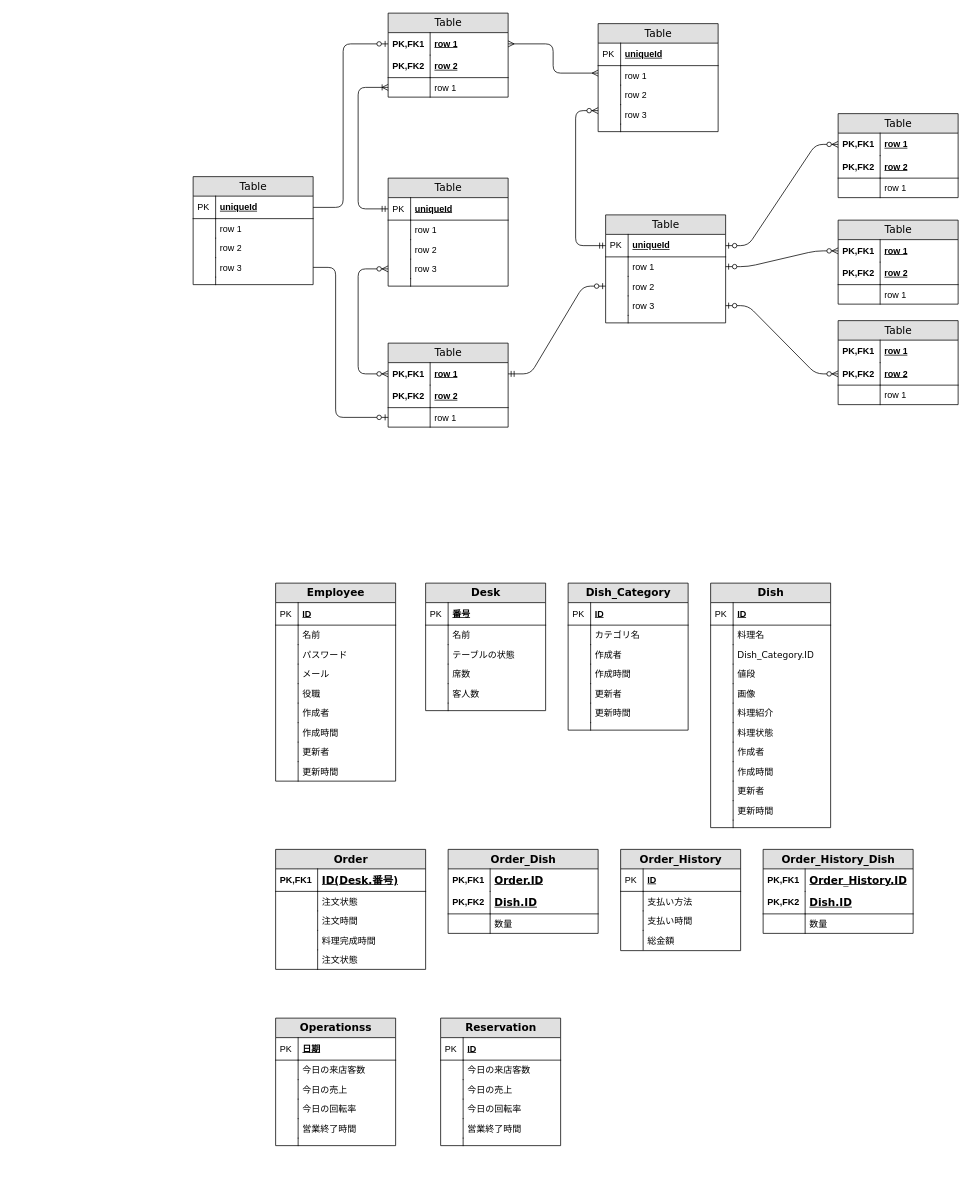
This is 就職作品/データベース設計.drawio from aggujhh/my_draws, a draw.io file, before an edit. Source tidied: cells renumbered, new cells numbered last; positions are measured from the earlier drawing's top-left corner, leaving out a move shared by most shapes. Both pictures are drawn from the tidied source at 75%, with x=0, y=0 at pixel (193, 13).
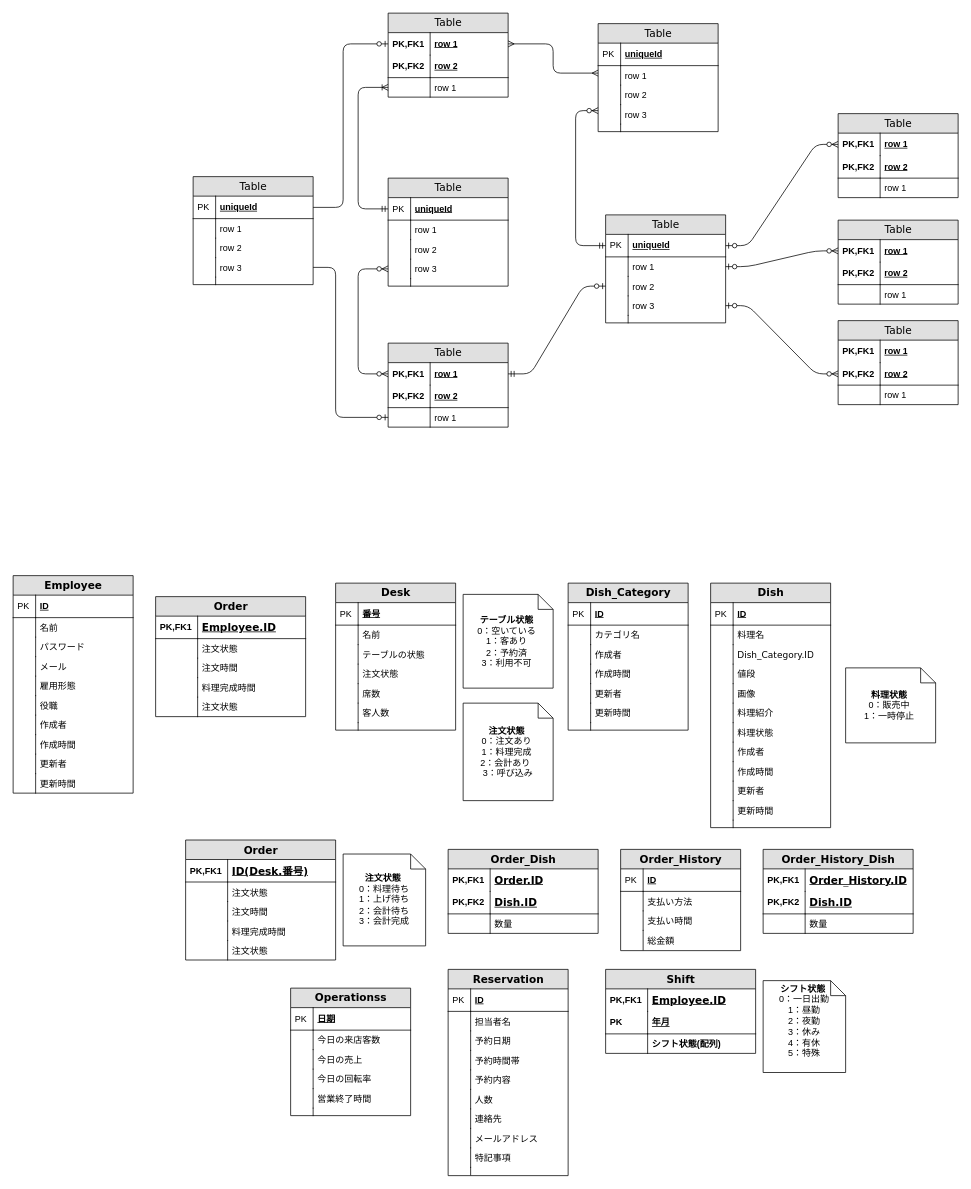
The same page after the edit.

Commit message (it also covers changes not shown here):
更新データベース設計.drawio

Change to the diagram source:
```diff
@@
     <mxCell id="91" value="&lt;strong&gt;Employee&lt;/strong&gt;" style="swimlane;html=1;fontStyle=0;horizontal=1;startSize=26;fillColor=#e0e0e0;swimlaneFillColor=#ffffff;align=center;rounded=0;shadow=0;comic=0;labelBackgroundColor=none;strokeWidth=1;fontFamily=Verdana;fontSize=14;" parent="1" vertex="1">
-      <mxGeometry x="110" y="760" width="160" height="264" as="geometry" />
+      <mxGeometry x="-240" y="750" width="160" height="290" as="geometry" />
     </mxCell>
@@
+    <mxCell id="223" value="&lt;span&gt;&lt;/span&gt;&lt;span&gt;&lt;/span&gt;&lt;span style=&quot;white-space-collapse: preserve;&quot;&gt;雇用形態&lt;/span&gt;" style="shape=partialRectangle;top=0;left=0;right=0;bottom=0;html=1;align=left;verticalAlign=top;fillColor=none;spacingLeft=34;spacingRight=4;whiteSpace=wrap;overflow=hidden;" parent="91" vertex="1">
+      <mxGeometry y="134" width="160" height="26" as="geometry" />
+    </mxCell>
+    <mxCell id="224" style="shape=partialRectangle;top=0;left=0;bottom=0;html=1;fillColor=none;align=left;verticalAlign=top;spacingLeft=4;spacingRight=4;whiteSpace=wrap;overflow=hidden;" parent="223" vertex="1">
+      <mxGeometry width="30" height="26" as="geometry" />
+    </mxCell>
     <mxCell id="100" value="役職" style="shape=partialRectangle;top=0;left=0;right=0;bottom=0;html=1;align=left;verticalAlign=top;fillColor=none;spacingLeft=34;spacingRight=4;whiteSpace=wrap;overflow=hidden;" parent="91" vertex="1">
-      <mxGeometry y="134" width="160" height="26" as="geometry" />
+      <mxGeometry y="160" width="160" height="26" as="geometry" />
     </mxCell>
@@
     <mxCell id="102" value="作成者" style="shape=partialRectangle;top=0;left=0;right=0;bottom=0;html=1;align=left;verticalAlign=top;fillColor=none;spacingLeft=34;spacingRight=4;whiteSpace=wrap;overflow=hidden;" parent="91" vertex="1">
-      <mxGeometry y="160" width="160" height="26" as="geometry" />
+      <mxGeometry y="186" width="160" height="26" as="geometry" />
     </mxCell>
@@
     <mxCell id="104" value="作成時間" style="shape=partialRectangle;top=0;left=0;right=0;bottom=0;html=1;align=left;verticalAlign=top;fillColor=none;spacingLeft=34;spacingRight=4;whiteSpace=wrap;overflow=hidden;" parent="91" vertex="1">
-      <mxGeometry y="186" width="160" height="26" as="geometry" />
+      <mxGeometry y="212" width="160" height="26" as="geometry" />
     </mxCell>
@@
     <mxCell id="106" value="更新者" style="shape=partialRectangle;top=0;left=0;right=0;bottom=0;html=1;align=left;verticalAlign=top;fillColor=none;spacingLeft=34;spacingRight=4;whiteSpace=wrap;overflow=hidden;" parent="91" vertex="1">
-      <mxGeometry y="212" width="160" height="26" as="geometry" />
+      <mxGeometry y="238" width="160" height="26" as="geometry" />
     </mxCell>
@@
     <mxCell id="108" value="更新時間" style="shape=partialRectangle;top=0;left=0;right=0;bottom=0;html=1;align=left;verticalAlign=top;fillColor=none;spacingLeft=34;spacingRight=4;whiteSpace=wrap;overflow=hidden;" parent="91" vertex="1">
-      <mxGeometry y="238" width="160" height="26" as="geometry" />
+      <mxGeometry y="264" width="160" height="26" as="geometry" />
     </mxCell>
@@
     <mxCell id="110" value="&lt;b&gt;Desk&lt;/b&gt;" style="swimlane;html=1;fontStyle=0;horizontal=1;startSize=26;fillColor=#e0e0e0;swimlaneFillColor=#ffffff;align=center;rounded=0;shadow=0;comic=0;labelBackgroundColor=none;strokeWidth=1;fontFamily=Verdana;fontSize=14;" parent="1" vertex="1">
-      <mxGeometry x="310" y="760" width="160" height="170" as="geometry" />
+      <mxGeometry x="190" y="760" width="160" height="196" as="geometry" />
     </mxCell>
@@
+    <mxCell id="225" value="注文状態" style="shape=partialRectangle;top=0;left=0;right=0;bottom=0;html=1;align=left;verticalAlign=top;fillColor=none;spacingLeft=34;spacingRight=4;whiteSpace=wrap;overflow=hidden;" parent="110" vertex="1">
+      <mxGeometry y="108" width="160" height="26" as="geometry" />
+    </mxCell>
+    <mxCell id="226" style="shape=partialRectangle;top=0;left=0;bottom=0;html=1;fillColor=none;align=left;verticalAlign=top;spacingLeft=4;spacingRight=4;whiteSpace=wrap;overflow=hidden;" parent="225" vertex="1">
+      <mxGeometry width="30" height="26" as="geometry" />
+    </mxCell>
     <mxCell id="117" value="席数" style="shape=partialRectangle;top=0;left=0;right=0;bottom=0;html=1;align=left;verticalAlign=top;fillColor=none;spacingLeft=34;spacingRight=4;whiteSpace=wrap;overflow=hidden;" parent="110" vertex="1">
-      <mxGeometry y="108" width="160" height="26" as="geometry" />
+      <mxGeometry y="134" width="160" height="26" as="geometry" />
     </mxCell>
@@
     <mxCell id="119" value="客人数" style="shape=partialRectangle;top=0;left=0;right=0;bottom=0;html=1;align=left;verticalAlign=top;fillColor=none;spacingLeft=34;spacingRight=4;whiteSpace=wrap;overflow=hidden;" parent="110" vertex="1">
-      <mxGeometry y="134" width="160" height="26" as="geometry" />
+      <mxGeometry y="160" width="160" height="26" as="geometry" />
     </mxCell>
@@
     <mxCell id="121" style="shape=partialRectangle;top=0;left=0;right=0;bottom=0;html=1;align=left;verticalAlign=top;fillColor=none;spacingLeft=34;spacingRight=4;whiteSpace=wrap;overflow=hidden;" parent="110" vertex="1">
-      <mxGeometry y="160" width="160" height="10" as="geometry" />
+      <mxGeometry y="186" width="160" height="10" as="geometry" />
     </mxCell>
@@
     <mxCell id="170" value="&lt;b&gt;Order&lt;/b&gt;" style="swimlane;html=1;fontStyle=0;horizontal=1;startSize=26;fillColor=#e0e0e0;swimlaneFillColor=#ffffff;align=center;rounded=0;shadow=0;comic=0;labelBackgroundColor=none;strokeWidth=1;fontFamily=Verdana;fontSize=14;" parent="1" vertex="1">
-      <mxGeometry x="110" y="1115" width="200" height="160" as="geometry" />
+      <mxGeometry x="-10" y="1102.5" width="200" height="160" as="geometry" />
     </mxCell>
@@
     <mxCell id="197" value="&lt;b&gt;Operationss&lt;/b&gt;" style="swimlane;html=1;fontStyle=0;horizontal=1;startSize=26;fillColor=#e0e0e0;swimlaneFillColor=#ffffff;align=center;rounded=0;shadow=0;comic=0;labelBackgroundColor=none;strokeWidth=1;fontFamily=Verdana;fontSize=14;" parent="1" vertex="1">
-      <mxGeometry x="110" y="1340" width="160" height="170" as="geometry" />
+      <mxGeometry x="130" y="1300" width="160" height="170" as="geometry" />
     </mxCell>
@@
     <mxCell id="210" value="&lt;b&gt;Reservation&lt;/b&gt;" style="swimlane;html=1;fontStyle=0;horizontal=1;startSize=26;fillColor=#e0e0e0;swimlaneFillColor=#ffffff;align=center;rounded=0;shadow=0;comic=0;labelBackgroundColor=none;strokeWidth=1;fontFamily=Verdana;fontSize=14;" parent="1" vertex="1">
-      <mxGeometry x="330" y="1340" width="160" height="170" as="geometry" />
+      <mxGeometry x="340" y="1275" width="160" height="275" as="geometry" />
     </mxCell>
@@
-    <mxCell id="213" value="&lt;span&gt;&lt;/span&gt;&lt;span&gt;&lt;/span&gt;&lt;span style=&quot;white-space-collapse: preserve;&quot;&gt;今日の来店客数&lt;/span&gt;" style="shape=partialRectangle;top=0;left=0;right=0;bottom=0;html=1;align=left;verticalAlign=top;fillColor=none;spacingLeft=34;spacingRight=4;whiteSpace=wrap;overflow=hidden;" parent="210" vertex="1">
+    <mxCell id="213" value="&lt;span&gt;&lt;/span&gt;&lt;span&gt;&lt;/span&gt;&lt;span&gt;&lt;/span&gt;&lt;span style=&quot;white-space-collapse: preserve;&quot;&gt;担当者名&lt;/span&gt;" style="shape=partialRectangle;top=0;left=0;right=0;bottom=0;html=1;align=left;verticalAlign=top;fillColor=none;spacingLeft=34;spacingRight=4;whiteSpace=wrap;overflow=hidden;" parent="210" vertex="1">
       <mxGeometry y="56" width="160" height="26" as="geometry" />
     </mxCell>
@@
+    <mxCell id="227" value="&lt;span&gt;&lt;/span&gt;&lt;span&gt;&lt;/span&gt;&lt;span&gt;&lt;/span&gt;&lt;span style=&quot;white-space-collapse: preserve;&quot;&gt;予約日期&lt;/span&gt;" style="shape=partialRectangle;top=0;left=0;right=0;bottom=0;html=1;align=left;verticalAlign=top;fillColor=none;spacingLeft=34;spacingRight=4;whiteSpace=wrap;overflow=hidden;" parent="210" vertex="1">
+      <mxGeometry y="82" width="160" height="26" as="geometry" />
+    </mxCell>
+    <mxCell id="228" style="shape=partialRectangle;top=0;left=0;bottom=0;html=1;fillColor=none;align=left;verticalAlign=top;spacingLeft=4;spacingRight=4;whiteSpace=wrap;overflow=hidden;" parent="227" vertex="1">
+      <mxGeometry width="30" height="26" as="geometry" />
+    </mxCell>
-    <mxCell id="215" value="&lt;span&gt;&lt;/span&gt;&lt;span&gt;&lt;/span&gt;&lt;span style=&quot;white-space-collapse: preserve;&quot;&gt;今日の売上&lt;/span&gt;" style="shape=partialRectangle;top=0;left=0;right=0;bottom=0;html=1;align=left;verticalAlign=top;fillColor=none;spacingLeft=34;spacingRight=4;whiteSpace=wrap;overflow=hidden;" parent="210" vertex="1">
-      <mxGeometry y="82" width="160" height="26" as="geometry" />
+    <mxCell id="215" value="&lt;span&gt;&lt;/span&gt;&lt;span&gt;&lt;/span&gt;&lt;span&gt;&lt;/span&gt;&lt;span style=&quot;white-space-collapse: preserve;&quot;&gt;予約時間帯&lt;/span&gt;" style="shape=partialRectangle;top=0;left=0;right=0;bottom=0;html=1;align=left;verticalAlign=top;fillColor=none;spacingLeft=34;spacingRight=4;whiteSpace=wrap;overflow=hidden;" parent="210" vertex="1">
+      <mxGeometry y="108" width="160" height="26" as="geometry" />
     </mxCell>
@@
-    <mxCell id="217" value="&lt;span&gt;&lt;/span&gt;&lt;span&gt;&lt;/span&gt;&lt;span style=&quot;white-space-collapse: preserve;&quot;&gt;今日の回転率&lt;/span&gt;" style="shape=partialRectangle;top=0;left=0;right=0;bottom=0;html=1;align=left;verticalAlign=top;fillColor=none;spacingLeft=34;spacingRight=4;whiteSpace=wrap;overflow=hidden;" parent="210" vertex="1">
-      <mxGeometry y="108" width="160" height="26" as="geometry" />
+    <mxCell id="217" value="&lt;span&gt;&lt;/span&gt;&lt;span&gt;&lt;/span&gt;&lt;span&gt;&lt;/span&gt;&lt;span style=&quot;white-space-collapse: preserve;&quot;&gt;予約内容&lt;/span&gt;" style="shape=partialRectangle;top=0;left=0;right=0;bottom=0;html=1;align=left;verticalAlign=top;fillColor=none;spacingLeft=34;spacingRight=4;whiteSpace=wrap;overflow=hidden;" parent="210" vertex="1">
+      <mxGeometry y="134" width="160" height="26" as="geometry" />
     </mxCell>
@@
-    <mxCell id="219" value="&lt;span&gt;&lt;/span&gt;&lt;span&gt;&lt;/span&gt;&lt;span&gt;&lt;/span&gt;&lt;span style=&quot;white-space-collapse: preserve;&quot;&gt;営業終了時間&lt;/span&gt;" style="shape=partialRectangle;top=0;left=0;right=0;bottom=0;html=1;align=left;verticalAlign=top;fillColor=none;spacingLeft=34;spacingRight=4;whiteSpace=wrap;overflow=hidden;" parent="210" vertex="1">
-      <mxGeometry y="134" width="160" height="26" as="geometry" />
+    <mxCell id="219" value="&lt;span&gt;&lt;/span&gt;&lt;span&gt;&lt;/span&gt;&lt;span&gt;&lt;/span&gt;&lt;span style=&quot;white-space-collapse: preserve;&quot;&gt;人数&lt;/span&gt;" style="shape=partialRectangle;top=0;left=0;right=0;bottom=0;html=1;align=left;verticalAlign=top;fillColor=none;spacingLeft=34;spacingRight=4;whiteSpace=wrap;overflow=hidden;" parent="210" vertex="1">
+      <mxGeometry y="160" width="160" height="26" as="geometry" />
     </mxCell>
@@
+    <mxCell id="229" value="&lt;span&gt;&lt;/span&gt;&lt;span&gt;&lt;/span&gt;&lt;span&gt;&lt;/span&gt;&lt;span style=&quot;white-space-collapse: preserve;&quot;&gt;連絡先&lt;/span&gt;" style="shape=partialRectangle;top=0;left=0;right=0;bottom=0;html=1;align=left;verticalAlign=top;fillColor=none;spacingLeft=34;spacingRight=4;whiteSpace=wrap;overflow=hidden;" parent="210" vertex="1">
+      <mxGeometry y="186" width="160" height="26" as="geometry" />
+    </mxCell>
+    <mxCell id="230" style="shape=partialRectangle;top=0;left=0;bottom=0;html=1;fillColor=none;align=left;verticalAlign=top;spacingLeft=4;spacingRight=4;whiteSpace=wrap;overflow=hidden;" parent="229" vertex="1">
+      <mxGeometry width="30" height="26" as="geometry" />
+    </mxCell>
+    <mxCell id="231" value="&lt;span&gt;&lt;/span&gt;&lt;span&gt;&lt;/span&gt;&lt;span&gt;&lt;/span&gt;&lt;span style=&quot;white-space-collapse: preserve;&quot;&gt;メールアドレス&lt;/span&gt;" style="shape=partialRectangle;top=0;left=0;right=0;bottom=0;html=1;align=left;verticalAlign=top;fillColor=none;spacingLeft=34;spacingRight=4;whiteSpace=wrap;overflow=hidden;" parent="210" vertex="1">
+      <mxGeometry y="212" width="160" height="26" as="geometry" />
+    </mxCell>
+    <mxCell id="232" style="shape=partialRectangle;top=0;left=0;bottom=0;html=1;fillColor=none;align=left;verticalAlign=top;spacingLeft=4;spacingRight=4;whiteSpace=wrap;overflow=hidden;" parent="231" vertex="1">
+      <mxGeometry width="30" height="26" as="geometry" />
+    </mxCell>
+    <mxCell id="233" value="&lt;span&gt;&lt;/span&gt;&lt;span&gt;&lt;/span&gt;&lt;span&gt;&lt;/span&gt;&lt;span style=&quot;white-space-collapse: preserve;&quot;&gt;特記事項&lt;/span&gt;" style="shape=partialRectangle;top=0;left=0;right=0;bottom=0;html=1;align=left;verticalAlign=top;fillColor=none;spacingLeft=34;spacingRight=4;whiteSpace=wrap;overflow=hidden;" parent="210" vertex="1">
+      <mxGeometry y="238" width="160" height="26" as="geometry" />
+    </mxCell>
+    <mxCell id="234" style="shape=partialRectangle;top=0;left=0;bottom=0;html=1;fillColor=none;align=left;verticalAlign=top;spacingLeft=4;spacingRight=4;whiteSpace=wrap;overflow=hidden;" parent="233" vertex="1">
+      <mxGeometry width="30" height="26" as="geometry" />
+    </mxCell>
     <mxCell id="221" style="shape=partialRectangle;top=0;left=0;right=0;bottom=0;html=1;align=left;verticalAlign=top;fillColor=none;spacingLeft=34;spacingRight=4;whiteSpace=wrap;overflow=hidden;" parent="210" vertex="1">
-      <mxGeometry y="160" width="160" height="10" as="geometry" />
+      <mxGeometry y="264" width="160" height="10" as="geometry" />
     </mxCell>
@@
+    <mxCell id="235" value="&lt;b&gt;Shift&lt;/b&gt;" style="swimlane;html=1;fontStyle=0;horizontal=1;startSize=26;fillColor=#e0e0e0;swimlaneFillColor=#ffffff;align=center;rounded=0;shadow=0;comic=0;labelBackgroundColor=none;strokeWidth=1;fontFamily=Verdana;fontSize=14;" parent="1" vertex="1">
+      <mxGeometry x="550" y="1275" width="200" height="112" as="geometry" />
+    </mxCell>
+    <mxCell id="236" value="&lt;strong style=&quot;text-wrap-mode: nowrap; font-family: Verdana; font-size: 14px; text-align: center;&quot;&gt;Employee.ID&lt;/strong&gt;" style="shape=partialRectangle;top=0;left=0;right=0;bottom=1;html=1;align=left;verticalAlign=middle;fillColor=none;spacingLeft=60;spacingRight=4;whiteSpace=wrap;overflow=hidden;fontStyle=5;strokeColor=none;" parent="235" vertex="1">
+      <mxGeometry y="26" width="200" height="30" as="geometry" />
+    </mxCell>
+    <mxCell id="237" value="PK,FK1" style="shape=partialRectangle;fontStyle=1;top=0;left=0;bottom=0;html=1;fillColor=none;align=left;verticalAlign=middle;spacingLeft=4;spacingRight=4;whiteSpace=wrap;overflow=hidden;" parent="236" vertex="1">
+      <mxGeometry width="56" height="30" as="geometry" />
+    </mxCell>
+    <mxCell id="238" value="年月" style="shape=partialRectangle;top=0;left=0;right=0;bottom=1;html=1;align=left;verticalAlign=middle;fillColor=none;spacingLeft=60;spacingRight=4;whiteSpace=wrap;overflow=hidden;fontStyle=5;strokeColor=default;" parent="235" vertex="1">
+      <mxGeometry y="56" width="200" height="30" as="geometry" />
+    </mxCell>
+    <mxCell id="239" value="PK" style="shape=partialRectangle;fontStyle=1;top=0;left=0;bottom=0;html=1;fillColor=none;align=left;verticalAlign=middle;spacingLeft=4;spacingRight=4;whiteSpace=wrap;overflow=hidden;" parent="238" vertex="1">
+      <mxGeometry width="56" height="30" as="geometry" />
+    </mxCell>
+    <mxCell id="240" value="&lt;b style=&quot;text-align: center;&quot;&gt;シフト状態(配列)&lt;/b&gt;" style="shape=partialRectangle;top=0;left=0;right=0;bottom=0;html=1;align=left;verticalAlign=top;fillColor=none;spacingLeft=60;spacingRight=4;whiteSpace=wrap;overflow=hidden;" parent="235" vertex="1">
+      <mxGeometry y="86" width="200" height="26" as="geometry" />
+    </mxCell>
+    <mxCell id="241" style="shape=partialRectangle;top=0;left=0;bottom=0;html=1;fillColor=none;align=left;verticalAlign=top;spacingLeft=4;spacingRight=4;whiteSpace=wrap;overflow=hidden;" parent="240" vertex="1">
+      <mxGeometry width="56" height="26" as="geometry" />
+    </mxCell>
+    <mxCell id="242" value="&lt;b&gt;注文状態&lt;/b&gt;&amp;nbsp;&lt;div&gt;0：料理&lt;span style=&quot;background-color: initial;&quot;&gt;待ち&lt;/span&gt;&lt;/div&gt;&lt;div&gt;1：上げ&lt;span style=&quot;background-color: initial;&quot;&gt;待ち&lt;/span&gt;&lt;/div&gt;&lt;div&gt;2：会計待ち&lt;/div&gt;&lt;div&gt;3：会計完成&lt;/div&gt;" style="shape=note;size=20;whiteSpace=wrap;html=1;" parent="1" vertex="1">
+      <mxGeometry x="200" y="1121.2" width="110" height="122.5" as="geometry" />
+    </mxCell>
+    <mxCell id="243" value="&lt;span style=&quot;text-align: left;&quot;&gt;&lt;b&gt;テーブル状態&lt;/b&gt;&lt;/span&gt;&amp;nbsp;&lt;div&gt;0：空いている&amp;nbsp;&lt;/div&gt;&lt;div&gt;1：客あり&amp;nbsp;&lt;/div&gt;&lt;div&gt;2：予約済&amp;nbsp;&lt;/div&gt;&lt;div&gt;3：&lt;span&gt;&lt;/span&gt;&lt;span&gt;&lt;/span&gt;&lt;span style=&quot;white-space-collapse: preserve;&quot;&gt;利用不可&lt;/span&gt;&amp;nbsp;&lt;/div&gt;" style="shape=note;size=20;whiteSpace=wrap;html=1;" parent="1" vertex="1">
+      <mxGeometry x="360" y="775" width="120" height="125" as="geometry" />
+    </mxCell>
+    <mxCell id="244" value="&lt;span style=&quot;text-align: left;&quot;&gt;&lt;b&gt;注文&lt;/b&gt;&lt;/span&gt;&lt;span style=&quot;text-align: left;&quot;&gt;&lt;b&gt;状態&lt;/b&gt;&lt;/span&gt;&amp;nbsp;&lt;div&gt;&lt;span style=&quot;background-color: initial;&quot;&gt;0：注文あり&amp;nbsp;&lt;/span&gt;&lt;/div&gt;&lt;div&gt;1：料理完成&amp;nbsp;&lt;/div&gt;&lt;div&gt;2：会計&lt;span style=&quot;background-color: initial;&quot;&gt;あり&amp;nbsp;&lt;/span&gt;&lt;span style=&quot;background-color: initial;&quot;&gt;&amp;nbsp;&lt;/span&gt;&lt;/div&gt;&lt;div&gt;3：&lt;span style=&quot;white-space-collapse: preserve; background-color: initial;&quot;&gt;呼び込み&lt;/span&gt;&lt;/div&gt;&lt;span&gt;&lt;/span&gt;" style="shape=note;size=20;whiteSpace=wrap;html=1;" parent="1" vertex="1">
+      <mxGeometry x="360" y="920" width="120" height="130" as="geometry" />
+    </mxCell>
+    <mxCell id="245" value="&lt;span style=&quot;text-align: left;&quot;&gt;&lt;b&gt;料理&lt;/b&gt;&lt;/span&gt;&lt;span style=&quot;text-align: left;&quot;&gt;&lt;b&gt;状態&lt;/b&gt;&lt;/span&gt;&amp;nbsp;&lt;div&gt;&lt;span style=&quot;background-color: initial;&quot;&gt;0：販売中&amp;nbsp;&lt;/span&gt;&lt;/div&gt;&lt;div&gt;&lt;span style=&quot;background-color: initial;&quot;&gt;1：&lt;/span&gt;&lt;span style=&quot;background-color: initial;&quot;&gt;一時停止&lt;/span&gt;&lt;span style=&quot;background-color: initial;&quot;&gt;&amp;nbsp;&lt;/span&gt;&lt;/div&gt;&lt;span&gt;&lt;/span&gt;" style="shape=note;size=20;whiteSpace=wrap;html=1;" parent="1" vertex="1">
+      <mxGeometry x="870" y="873" width="120" height="100" as="geometry" />
+    </mxCell>
+    <mxCell id="246" value="&lt;b&gt;シフト状態&lt;/b&gt;&amp;nbsp;&lt;div&gt;&lt;div&gt;0：一日出勤&lt;/div&gt;&lt;div&gt;1：昼勤&lt;/div&gt;&lt;div&gt;2：夜勤&lt;/div&gt;&lt;div&gt;3：休み&lt;/div&gt;&lt;/div&gt;&lt;div&gt;4：有休&lt;/div&gt;&lt;div&gt;&lt;div&gt;5：特殊&lt;/div&gt;&lt;div&gt;&lt;br&gt;&lt;/div&gt;&lt;/div&gt;" style="shape=note;size=20;whiteSpace=wrap;html=1;" parent="1" vertex="1">
+      <mxGeometry x="760" y="1290" width="110" height="122.5" as="geometry" />
+    </mxCell>
+    <mxCell id="247" value="&lt;b&gt;Order&lt;/b&gt;" style="swimlane;html=1;fontStyle=0;horizontal=1;startSize=26;fillColor=#e0e0e0;swimlaneFillColor=#ffffff;align=center;rounded=0;shadow=0;comic=0;labelBackgroundColor=none;strokeWidth=1;fontFamily=Verdana;fontSize=14;" parent="1" vertex="1">
+      <mxGeometry x="-50" y="778" width="200" height="160" as="geometry" />
+    </mxCell>
+    <mxCell id="248" value="&lt;strong style=&quot;font-family: Verdana; font-size: 14px; text-align: center; text-wrap-mode: nowrap;&quot;&gt;Employee.ID&lt;/strong&gt;" style="shape=partialRectangle;top=0;left=0;right=0;bottom=1;html=1;align=left;verticalAlign=middle;fillColor=none;spacingLeft=60;spacingRight=4;whiteSpace=wrap;overflow=hidden;fontStyle=5;strokeColor=default;" parent="247" vertex="1">
+      <mxGeometry y="26" width="200" height="30" as="geometry" />
+    </mxCell>
+    <mxCell id="249" value="PK,FK1" style="shape=partialRectangle;fontStyle=1;top=0;left=0;bottom=0;html=1;fillColor=none;align=left;verticalAlign=middle;spacingLeft=4;spacingRight=4;whiteSpace=wrap;overflow=hidden;" parent="248" vertex="1">
+      <mxGeometry width="56" height="30" as="geometry" />
+    </mxCell>
+    <mxCell id="250" value="注文状態" style="shape=partialRectangle;top=0;left=0;right=0;bottom=0;html=1;align=left;verticalAlign=top;fillColor=none;spacingLeft=60;spacingRight=4;whiteSpace=wrap;overflow=hidden;" parent="247" vertex="1">
+      <mxGeometry y="56" width="200" height="26" as="geometry" />
+    </mxCell>
+    <mxCell id="251" style="shape=partialRectangle;top=0;left=0;bottom=0;html=1;fillColor=none;align=left;verticalAlign=top;spacingLeft=4;spacingRight=4;whiteSpace=wrap;overflow=hidden;" parent="250" vertex="1">
+      <mxGeometry width="56" height="26" as="geometry" />
+    </mxCell>
+    <mxCell id="252" value="注文時間" style="shape=partialRectangle;top=0;left=0;right=0;bottom=0;html=1;align=left;verticalAlign=top;fillColor=none;spacingLeft=60;spacingRight=4;whiteSpace=wrap;overflow=hidden;" parent="247" vertex="1">
+      <mxGeometry y="82" width="200" height="26" as="geometry" />
+    </mxCell>
+    <mxCell id="253" style="shape=partialRectangle;top=0;left=0;bottom=0;html=1;fillColor=none;align=left;verticalAlign=top;spacingLeft=4;spacingRight=4;whiteSpace=wrap;overflow=hidden;" parent="252" vertex="1">
+      <mxGeometry width="56" height="26" as="geometry" />
+    </mxCell>
+    <mxCell id="254" value="料理完成時間" style="shape=partialRectangle;top=0;left=0;right=0;bottom=0;html=1;align=left;verticalAlign=top;fillColor=none;spacingLeft=60;spacingRight=4;whiteSpace=wrap;overflow=hidden;" parent="247" vertex="1">
+      <mxGeometry y="108" width="200" height="26" as="geometry" />
+    </mxCell>
+    <mxCell id="255" style="shape=partialRectangle;top=0;left=0;bottom=0;html=1;fillColor=none;align=left;verticalAlign=top;spacingLeft=4;spacingRight=4;whiteSpace=wrap;overflow=hidden;" parent="254" vertex="1">
+      <mxGeometry width="56" height="26" as="geometry" />
+    </mxCell>
+    <mxCell id="256" value="注文状態" style="shape=partialRectangle;top=0;left=0;right=0;bottom=0;html=1;align=left;verticalAlign=top;fillColor=none;spacingLeft=60;spacingRight=4;whiteSpace=wrap;overflow=hidden;" parent="247" vertex="1">
+      <mxGeometry y="134" width="200" height="26" as="geometry" />
+    </mxCell>
+    <mxCell id="257" style="shape=partialRectangle;top=0;left=0;bottom=0;html=1;fillColor=none;align=left;verticalAlign=top;spacingLeft=4;spacingRight=4;whiteSpace=wrap;overflow=hidden;" parent="256" vertex="1">
+      <mxGeometry width="56" height="26" as="geometry" />
+    </mxCell>
```
